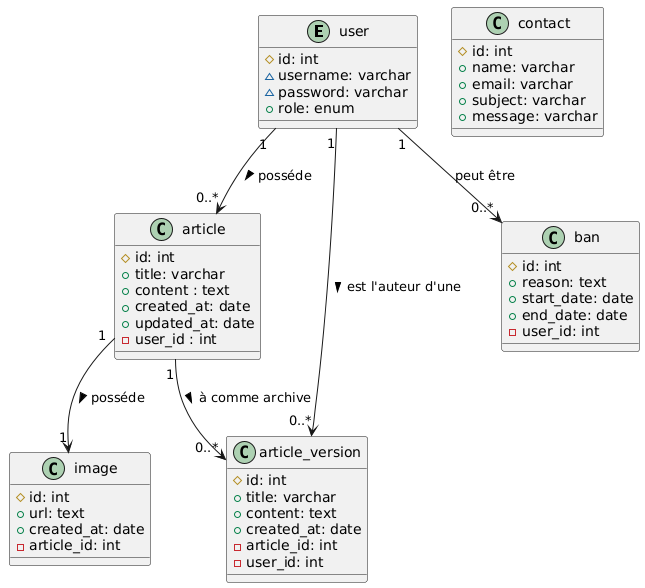
This is documentation/Diagramme/SIOP1_DiagrammeClasse.png from TolMen/SIOP1_Wiki, a PlantUML export, as it was before one commit.
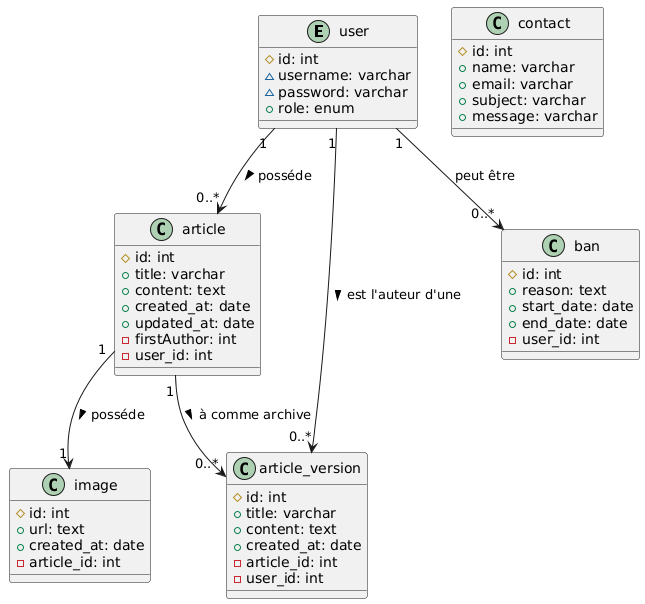
The same diagram one commit later.

Commit message:
Mise à jour du schéma

Diff of the diagram source:
```diff
@@ -9,10 +9,11 @@
 class article {
 #id: int
 +title: varchar
-+content : text
++content: text
 +created_at: date
 +updated_at: date
--user_id : int
+-firstAuthor: int
+-user_id: int
 }
 
 class article_version {
```
